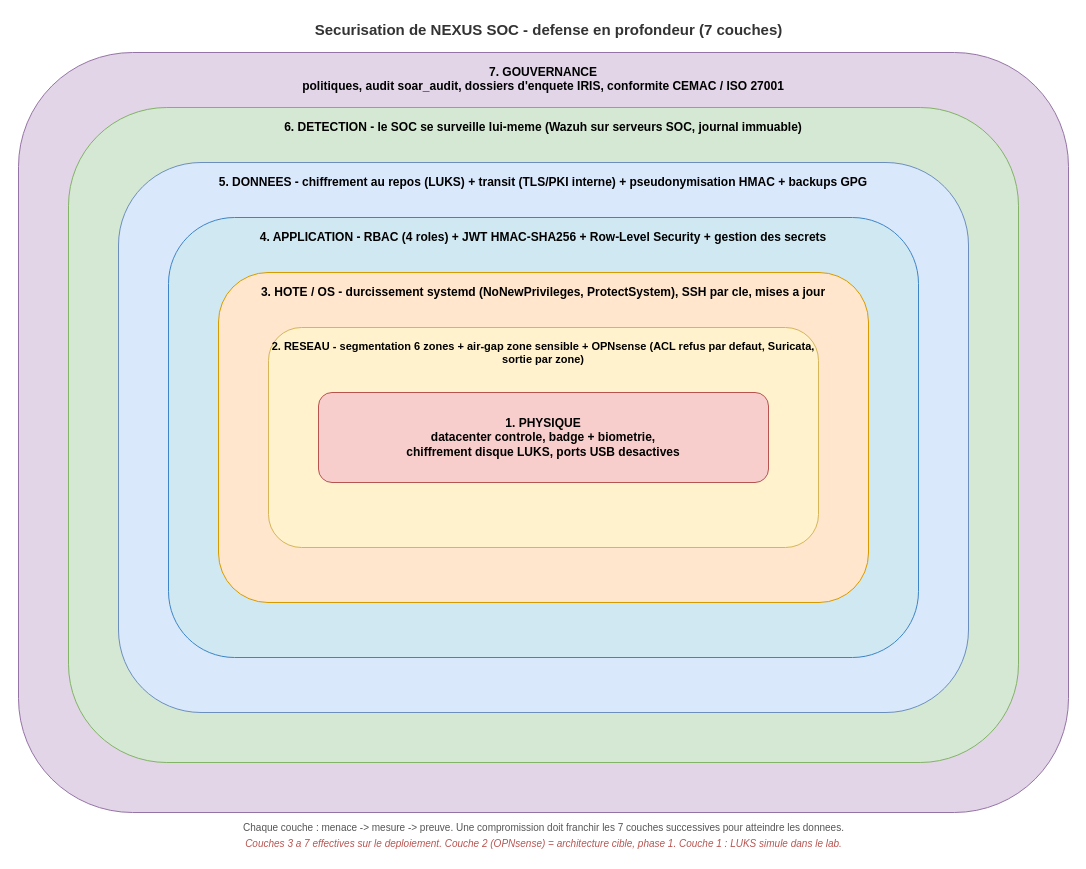
NOX-Theteenager/NEXUS_SOC keeps this draw.io diagram as 00_Documents/figures/defense-en-profondeur-7-couches.drawio. Above is the earlier version. Source tidied: cells renumbered, new cells numbered last; positions are measured from the earlier drawing's top-left corner, leaving out a move shared by most shapes. Both pictures are drawn from the tidied source at 100%, with x=0, y=0 at pixel (18, 17).
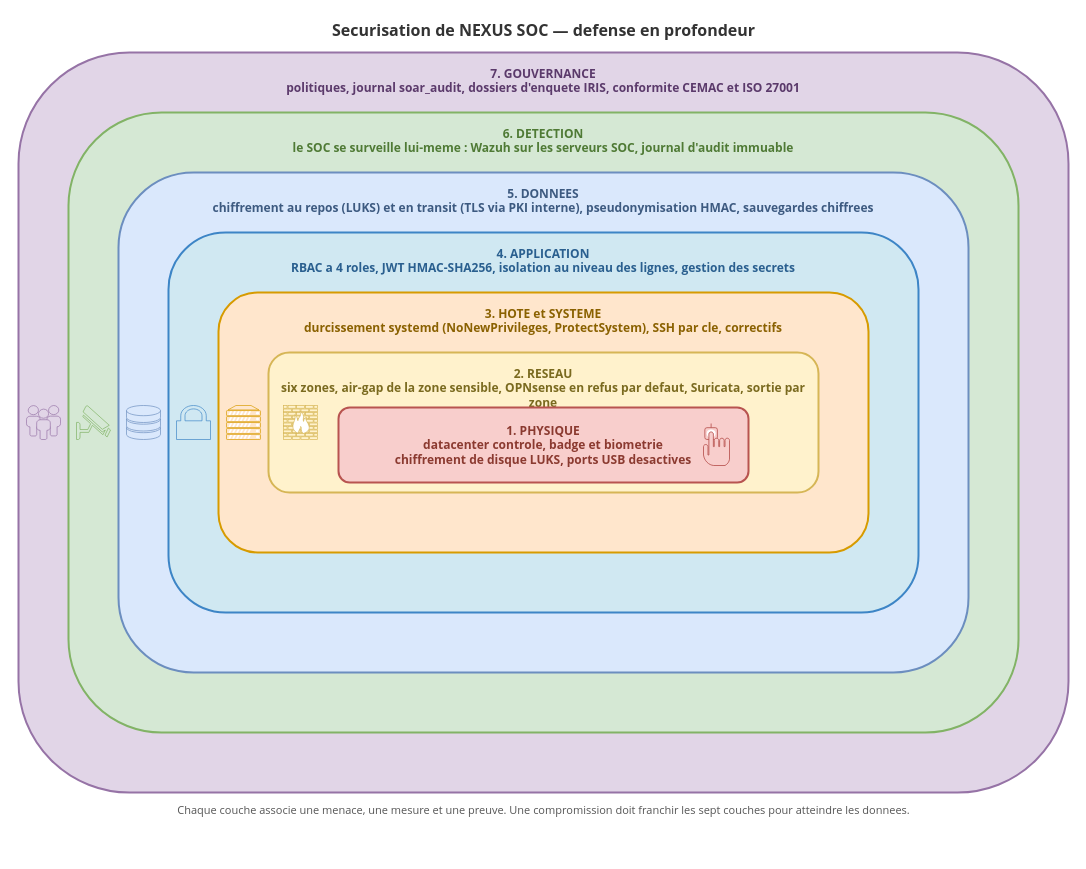
The same diagram, later.

The edit, as a diff of the source:
```diff
@@
 <mxGraphModel>
   <root>
     <mxCell id="0" />
     <mxCell id="1" parent="0" />
-    <mxCell id="2" value="Securisation de NEXUS SOC - defense en profondeur (7 couches)" style="text;html=1;strokeColor=none;fillColor=none;align=center;verticalAlign=middle;fontSize=15;fontStyle=1;fontColor=#333333;" parent="1" vertex="1">
-      <mxGeometry x="230" width="600" height="24" as="geometry" />
+    <mxCell id="2" value="Securisation de NEXUS SOC — defense en profondeur" style="text;html=1;align=center;verticalAlign=middle;fontSize=16;fontStyle=1;fontColor=#333333;fontFamily=Segoe UI;" parent="1" vertex="1">
+      <mxGeometry x="225" y="1" width="600" height="24" as="geometry" />
     </mxCell>
-    <mxCell id="3" value="7. GOUVERNANCE&#10;politiques, audit soar_audit, dossiers d'enquete IRIS, conformite CEMAC / ISO 27001" style="rounded=1;whiteSpace=wrap;html=1;fillColor=#e1d5e7;strokeColor=#9673a6;verticalAlign=top;fontSize=12;fontStyle=1;spacingTop=6;" parent="1" vertex="1">
-      <mxGeometry y="35" width="1050" height="760" as="geometry" />
+    <mxCell id="3" value="7. GOUVERNANCE&#10;politiques, journal soar_audit, dossiers d'enquete IRIS, conformite CEMAC et ISO 27001" style="rounded=1;whiteSpace=wrap;html=1;fillColor=#e1d5e7;strokeColor=#9673a6;strokeWidth=2;verticalAlign=top;fontSize=12;fontStyle=1;fontFamily=Segoe UI;fontColor=#5b3a6b;spacingTop=8;" parent="1" vertex="1">
+      <mxGeometry y="35" width="1050" height="740" as="geometry" />
     </mxCell>
-    <mxCell id="4" value="6. DETECTION - le SOC se surveille lui-meme (Wazuh sur serveurs SOC, journal immuable)" style="rounded=1;whiteSpace=wrap;html=1;fillColor=#d5e8d4;strokeColor=#82b366;verticalAlign=top;fontSize=12;fontStyle=1;spacingTop=6;" parent="1" vertex="1">
-      <mxGeometry x="50" y="90" width="950" height="655" as="geometry" />
+    <mxCell id="4" value="6. DETECTION&#10;le SOC se surveille lui-meme : Wazuh sur les serveurs SOC, journal d'audit immuable" style="rounded=1;whiteSpace=wrap;html=1;fillColor=#d5e8d4;strokeColor=#82b366;strokeWidth=2;verticalAlign=top;fontSize=12;fontStyle=1;fontFamily=Segoe UI;fontColor=#4f7a35;spacingTop=8;" parent="1" vertex="1">
+      <mxGeometry x="50" y="95" width="950" height="620" as="geometry" />
     </mxCell>
-    <mxCell id="5" value="5. DONNEES - chiffrement au repos (LUKS) + transit (TLS/PKI interne) + pseudonymisation HMAC + backups GPG" style="rounded=1;whiteSpace=wrap;html=1;fillColor=#dae8fc;strokeColor=#6c8ebf;verticalAlign=top;fontSize=12;fontStyle=1;spacingTop=6;" parent="1" vertex="1">
-      <mxGeometry x="100" y="145" width="850" height="550" as="geometry" />
+    <mxCell id="5" value="5. DONNEES&#10;chiffrement au repos (LUKS) et en transit (TLS via PKI interne), pseudonymisation HMAC, sauvegardes chiffrees" style="rounded=1;whiteSpace=wrap;html=1;fillColor=#dae8fc;strokeColor=#6c8ebf;strokeWidth=2;verticalAlign=top;fontSize=12;fontStyle=1;fontFamily=Segoe UI;fontColor=#3d5a80;spacingTop=8;" parent="1" vertex="1">
+      <mxGeometry x="100" y="155" width="850" height="500" as="geometry" />
     </mxCell>
-    <mxCell id="6" value="4. APPLICATION - RBAC (4 roles) + JWT HMAC-SHA256 + Row-Level Security + gestion des secrets" style="rounded=1;whiteSpace=wrap;html=1;fillColor=#d0e8f2;strokeColor=#3d85c6;verticalAlign=top;fontSize=12;fontStyle=1;spacingTop=6;" parent="1" vertex="1">
-      <mxGeometry x="150" y="200" width="750" height="440" as="geometry" />
+    <mxCell id="6" value="4. APPLICATION&#10;RBAC a 4 roles, JWT HMAC-SHA256, isolation au niveau des lignes, gestion des secrets" style="rounded=1;whiteSpace=wrap;html=1;fillColor=#d0e8f2;strokeColor=#3d85c6;strokeWidth=2;verticalAlign=top;fontSize=12;fontStyle=1;fontFamily=Segoe UI;fontColor=#2a5f8f;spacingTop=8;" parent="1" vertex="1">
+      <mxGeometry x="150" y="215" width="750" height="380" as="geometry" />
     </mxCell>
-    <mxCell id="7" value="3. HOTE / OS - durcissement systemd (NoNewPrivileges, ProtectSystem), SSH par cle, mises a jour" style="rounded=1;whiteSpace=wrap;html=1;fillColor=#ffe6cc;strokeColor=#d79b00;verticalAlign=top;fontSize=12;fontStyle=1;spacingTop=6;" parent="1" vertex="1">
-      <mxGeometry x="200" y="255" width="650" height="330" as="geometry" />
+    <mxCell id="7" value="3. HOTE et SYSTEME&#10;durcissement systemd (NoNewPrivileges, ProtectSystem), SSH par cle, correctifs" style="rounded=1;whiteSpace=wrap;html=1;fillColor=#ffe6cc;strokeColor=#d79b00;strokeWidth=2;verticalAlign=top;fontSize=12;fontStyle=1;fontFamily=Segoe UI;fontColor=#8a6100;spacingTop=8;" parent="1" vertex="1">
+      <mxGeometry x="200" y="275" width="650" height="260" as="geometry" />
     </mxCell>
-    <mxCell id="8" value="2. RESEAU - segmentation 6 zones + air-gap zone sensible + OPNsense (ACL refus par defaut, Suricata, sortie par zone)" style="rounded=1;whiteSpace=wrap;html=1;fillColor=#fff2cc;strokeColor=#d6b656;verticalAlign=top;fontSize=11;fontStyle=1;spacingTop=6;" parent="1" vertex="1">
-      <mxGeometry x="250" y="310" width="550" height="220" as="geometry" />
+    <mxCell id="8" value="2. RESEAU&#10;six zones, air-gap de la zone sensible, OPNsense en refus par defaut, Suricata, sortie par zone" style="rounded=1;whiteSpace=wrap;html=1;fillColor=#fff2cc;strokeColor=#d6b656;strokeWidth=2;verticalAlign=top;fontSize=12;fontStyle=1;fontFamily=Segoe UI;fontColor=#7a6a1f;spacingTop=8;" parent="1" vertex="1">
+      <mxGeometry x="250" y="335" width="550" height="140" as="geometry" />
     </mxCell>
-    <mxCell id="9" value="1. PHYSIQUE&#10;datacenter controle, badge + biometrie,&#10;chiffrement disque LUKS, ports USB desactives" style="rounded=1;whiteSpace=wrap;html=1;fillColor=#f8cecc;strokeColor=#b85450;verticalAlign=middle;align=center;fontSize=12;fontStyle=1;" parent="1" vertex="1">
-      <mxGeometry x="300" y="375" width="450" height="90" as="geometry" />
+    <mxCell id="9" value="1. PHYSIQUE&#10;datacenter controle, badge et biometrie&#10;chiffrement de disque LUKS, ports USB desactives" style="rounded=1;whiteSpace=wrap;html=1;fillColor=#f8cecc;strokeColor=#b85450;strokeWidth=2;verticalAlign=middle;align=center;fontSize=12;fontStyle=1;fontFamily=Segoe UI;fontColor=#8b3a30;" parent="1" vertex="1">
+      <mxGeometry x="320" y="390" width="410" height="75" as="geometry" />
     </mxCell>
+    <mxCell id="12" style="html=1;gradientColor=none;gradientDirection=north;strokeWidth=2;fillColor=#e1d5e7;strokeColor=#9673a6;shape=mxgraph.networks.users;" parent="1" vertex="1">
+      <mxGeometry x="8" y="388" width="34" height="34" as="geometry" />
+    </mxCell>
+    <mxCell id="13" style="html=1;gradientColor=none;gradientDirection=north;strokeWidth=2;fillColor=#d5e8d4;strokeColor=#82b366;shape=mxgraph.networks.security_camera;" parent="1" vertex="1">
+      <mxGeometry x="58" y="388" width="34" height="34" as="geometry" />
+    </mxCell>
+    <mxCell id="14" style="html=1;gradientColor=none;gradientDirection=north;strokeWidth=2;fillColor=#dae8fc;strokeColor=#6c8ebf;shape=mxgraph.networks.storage;" parent="1" vertex="1">
+      <mxGeometry x="108" y="388" width="34" height="34" as="geometry" />
+    </mxCell>
+    <mxCell id="15" style="html=1;gradientColor=none;gradientDirection=north;strokeWidth=2;fillColor=#d0e8f2;strokeColor=#3d85c6;shape=mxgraph.networks.secured;" parent="1" vertex="1">
+      <mxGeometry x="158" y="388" width="34" height="34" as="geometry" />
+    </mxCell>
+    <mxCell id="16" style="html=1;gradientColor=none;gradientDirection=north;strokeWidth=2;fillColor=#ffe6cc;strokeColor=#d79b00;shape=mxgraph.networks.server;" parent="1" vertex="1">
+      <mxGeometry x="208" y="388" width="34" height="34" as="geometry" />
+    </mxCell>
+    <mxCell id="17" style="html=1;gradientColor=none;gradientDirection=north;strokeWidth=2;fillColor=#fff2cc;strokeColor=#d6b656;shape=mxgraph.networks.firewall;" parent="1" vertex="1">
+      <mxGeometry x="265" y="388" width="34" height="34" as="geometry" />
+    </mxCell>
+    <mxCell id="18" style="html=1;gradientColor=none;gradientDirection=north;strokeWidth=2;fillColor=#f8cecc;strokeColor=#b85450;shape=mxgraph.networks.biometric_reader;" parent="1" vertex="1">
+      <mxGeometry x="685" y="406" width="26" height="42" as="geometry" />
+    </mxCell>
-    <mxCell id="10" value="Chaque couche : menace -&gt; mesure -&gt; preuve. Une compromission doit franchir les 7 couches successives pour atteindre les donnees." style="text;html=1;strokeColor=none;fillColor=none;align=center;verticalAlign=middle;fontSize=10;fontColor=#555555;" parent="1" vertex="1">
-      <mxGeometry x="125" y="800" width="800" height="20" as="geometry" />
+    <mxCell id="10" value="Chaque couche associe une menace, une mesure et une preuve. Une compromission doit franchir les sept couches pour atteindre les donnees." style="text;html=1;align=center;verticalAlign=middle;fontSize=11;fontFamily=Segoe UI;fontColor=#555555;" parent="1" vertex="1">
+      <mxGeometry x="125" y="783" width="800" height="18" as="geometry" />
     </mxCell>
-    <mxCell id="11" value="Couches 3 a 7 effectives sur le deploiement. Couche 2 (OPNsense) = architecture cible, phase 1. Couche 1 : LUKS simule dans le lab." style="text;html=1;strokeColor=none;fillColor=none;align=center;verticalAlign=middle;fontSize=10;fontStyle=2;fontColor=#b85450;" parent="1" vertex="1">
-      <mxGeometry x="125" y="817" width="800" height="18" as="geometry" />
-    </mxCell>
   </root>
 </mxGraphModel>
```
